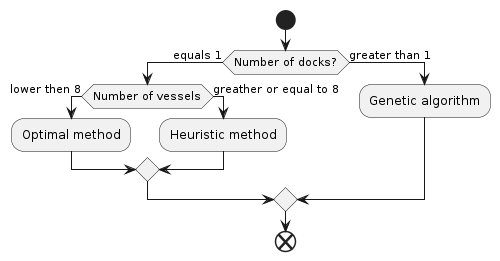
Earlier version of the PlantUML export docs/AlgorithmSelection.png (crodrigos/IARTI-2425). The source it was exported from:
```plantuml
@startuml

!pragma useVerticalIf on

start

if (Number of docks?) then (equals 1)
    if (Number of vessels) then (lower then 8)
        :Optimal method;
    else (greather or equal to 8)
        :Heuristic method;
    endif
else (greater than 1)
    :Genetic algorithm;
endif

end

@enduml
```
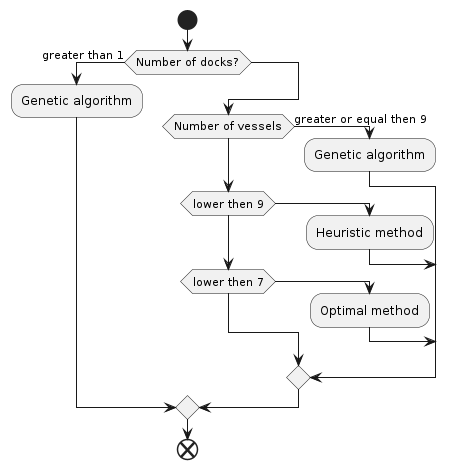
After the change.

Change to the diagram source:
```diff
@@ -4,14 +4,17 @@
 
 start
 
-if (Number of docks?) then (equals 1)
-    if (Number of vessels) then (lower then 8)
+if (Number of docks?) then (greater than 1)
+    :Genetic algorithm;
+else
+    if (Number of vessels) then (greater or equal then 9)
+        :Genetic algorithm;
+    elseif (lower then 9)
+        :Heuristic method;
+    elseif (lower then 7)
         :Optimal method;
-    else (greather or equal to 8)
-        :Heuristic method;
+    else
     endif
-else (greater than 1)
-    :Genetic algorithm;
 endif
 
 end
```
